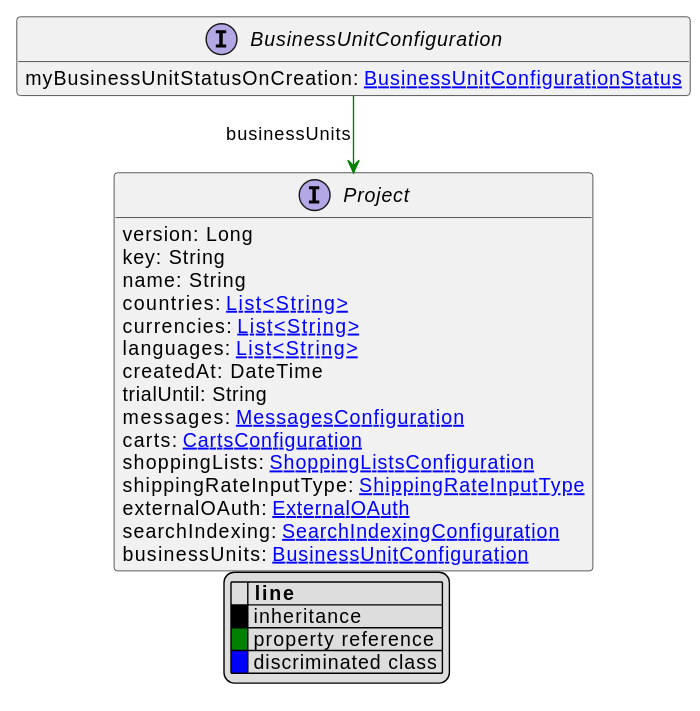
This is uml/api/svg/BusinessUnitConfiguration.svg from commercetools/commercetools-api-reference, a PlantUML export, as it was before one commit.
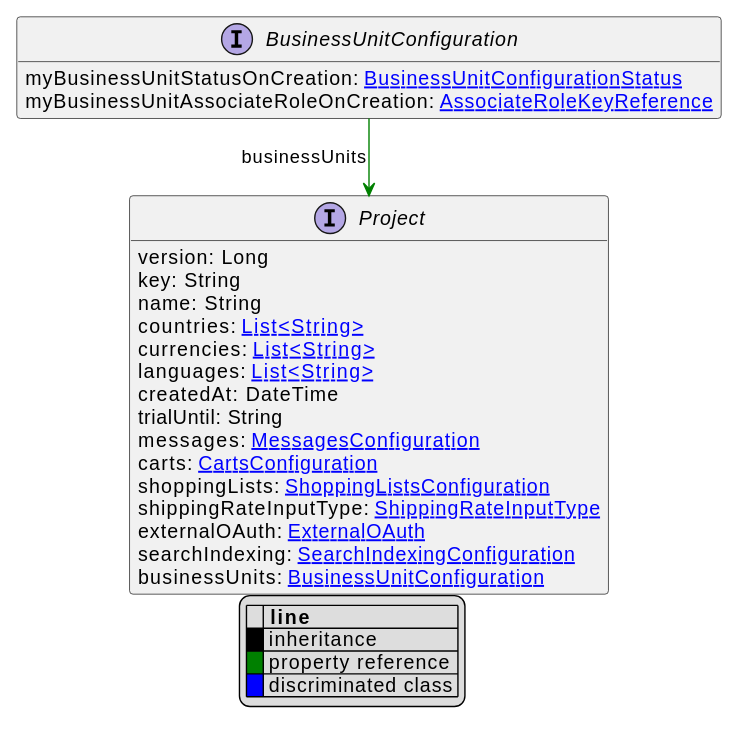
Later version of the same file.

Diff of the diagram source:
```diff
@@ -10,6 +10,7 @@
 endlegend
 interface BusinessUnitConfiguration [[BusinessUnitConfiguration.svg]]  {
     myBusinessUnitStatusOnCreation: [[BusinessUnitConfigurationStatus.svg BusinessUnitConfigurationStatus]]
+    myBusinessUnitAssociateRoleOnCreation: [[AssociateRoleKeyReference.svg AssociateRoleKeyReference]]
 }
 
 
```
